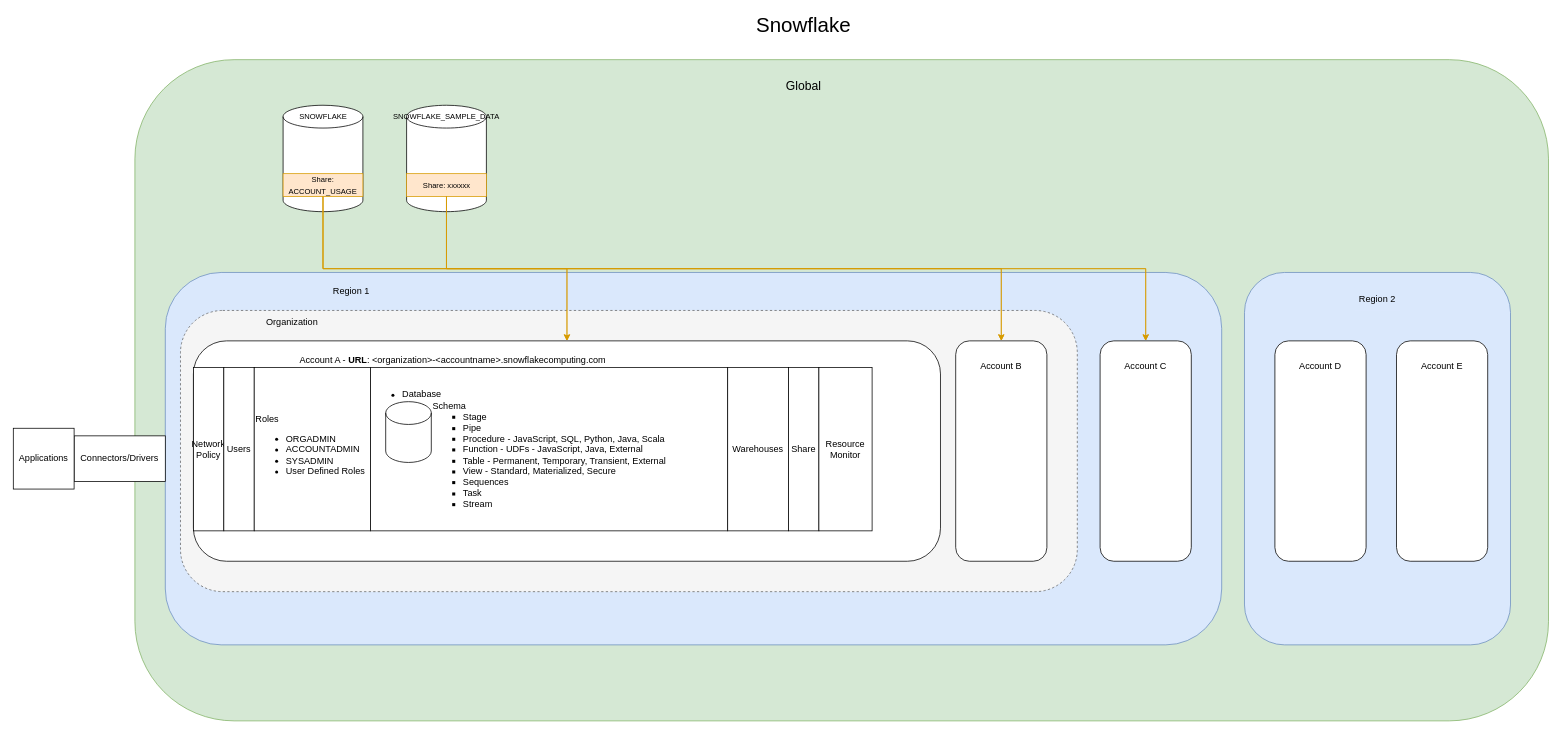
nandhinipv/Snowflake keeps this draw.io diagram as Untitled Diagram.drawio. Above is the earlier version. Source tidied: cells renumbered, new cells numbered last; positions are measured from the earlier drawing's top-left corner, leaving out a move shared by most shapes. Both pictures are drawn from the tidied source at 76%, with x=0, y=0 at pixel (13, 14).
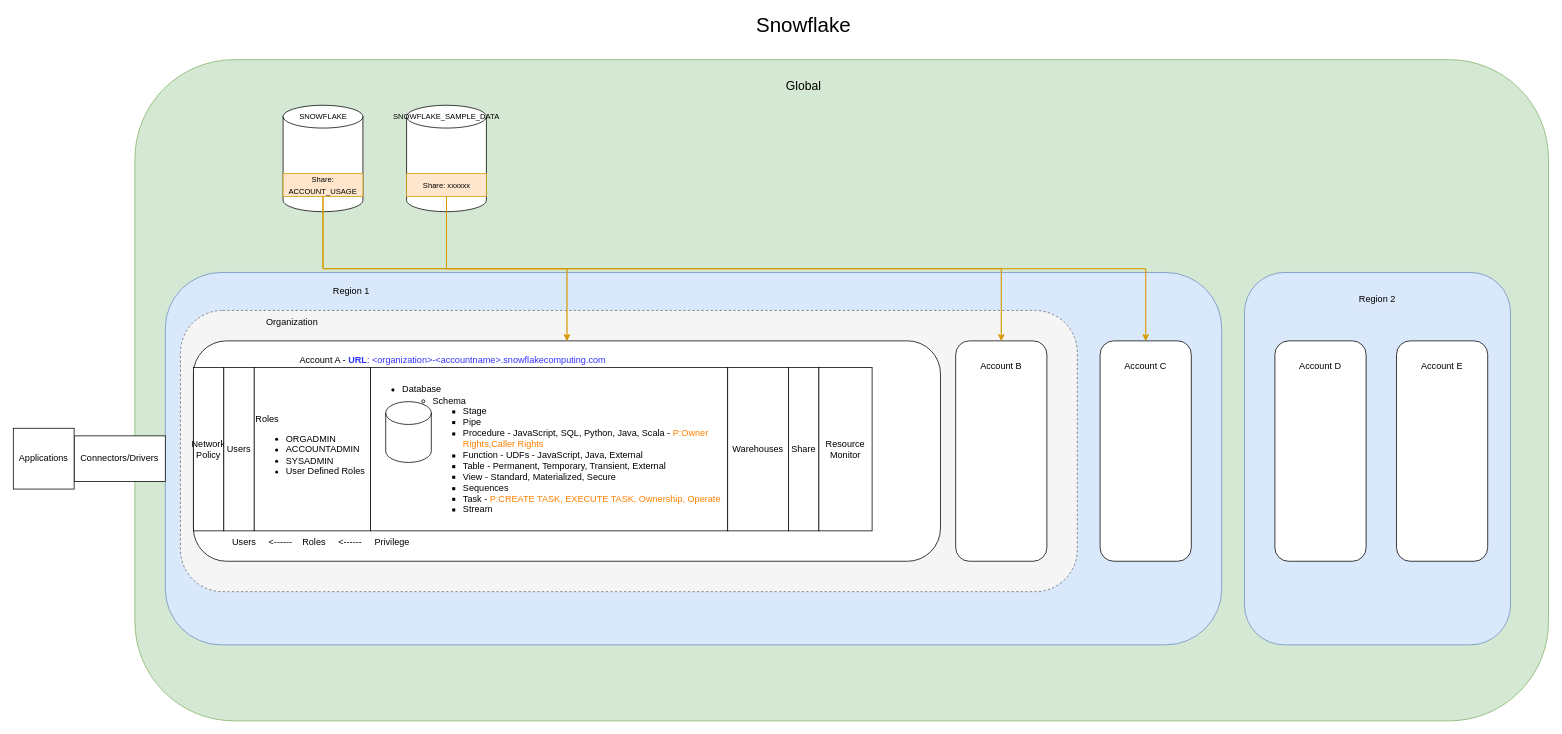
Above is the later version.

The edit, as a diff of the source:
```diff
@@
-    <mxCell id="6" value="&lt;ul&gt;&lt;li&gt;Database&lt;/li&gt;&lt;ul&gt;&lt;li&gt;Schema&lt;/li&gt;&lt;ul&gt;&lt;li&gt;Stage&amp;nbsp;&lt;/li&gt;&lt;li&gt;Pipe&lt;/li&gt;&lt;li&gt;Procedure - JavaScript, SQL, Python, Java, Scala&lt;/li&gt;&lt;li&gt;Function - UDFs - JavaScript, Java, External&lt;/li&gt;&lt;li&gt;Table - Permanent, Temporary, Transient, External&lt;/li&gt;&lt;li&gt;View - Standard, Materialized, Secure&lt;/li&gt;&lt;li&gt;Sequences&lt;/li&gt;&lt;li&gt;Task&lt;/li&gt;&lt;li&gt;Stream&lt;/li&gt;&lt;/ul&gt;&lt;/ul&gt;&lt;/ul&gt;" style="rounded=0;whiteSpace=wrap;html=1;align=left;" parent="1" vertex="1">
+    <mxCell id="6" value="&lt;ul&gt;&lt;li&gt;Database&lt;/li&gt;&lt;ul&gt;&lt;li&gt;Schema&lt;/li&gt;&lt;ul&gt;&lt;li&gt;Stage&amp;nbsp;&lt;/li&gt;&lt;li&gt;Pipe&lt;/li&gt;&lt;li&gt;Procedure - JavaScript, SQL, Python, Java, Scala - &lt;font style=&quot;color: rgb(255, 128, 0);&quot;&gt;P:Owner Rights,Caller Rights&lt;/font&gt;&lt;/li&gt;&lt;li&gt;Function - UDFs - JavaScript, Java, External&lt;/li&gt;&lt;li&gt;Table - Permanent, Temporary, Transient, External&lt;/li&gt;&lt;li&gt;View - Standard, Materialized, Secure&lt;/li&gt;&lt;li&gt;Sequences&lt;/li&gt;&lt;li&gt;Task - &lt;font style=&quot;color: rgb(255, 128, 0);&quot;&gt;P:CREATE TASK, EXECUTE TASK, Ownership, Operate&lt;/font&gt;&lt;/li&gt;&lt;li&gt;Stream&lt;/li&gt;&lt;/ul&gt;&lt;/ul&gt;&lt;/ul&gt;" style="rounded=0;whiteSpace=wrap;html=1;align=left;" parent="1" vertex="1">
       <mxGeometry x="470" y="465" width="470" height="215" as="geometry" />
     </mxCell>
@@
-    <mxCell id="22" value="Account A - &lt;b&gt;URL&lt;/b&gt;: &amp;lt;organization&amp;gt;-&amp;lt;accountname&amp;gt;.snowflakecomputing.com" style="text;html=1;align=center;verticalAlign=middle;whiteSpace=wrap;rounded=0;" parent="1" vertex="1">
+    <mxCell id="22" value="Account A - &lt;font style=&quot;color: rgb(51, 51, 255);&quot;&gt;&lt;b&gt;URL&lt;/b&gt;: &amp;lt;organization&amp;gt;-&amp;lt;accountname&amp;gt;.snowflakecomputing.com&lt;/font&gt;" style="text;html=1;align=center;verticalAlign=middle;whiteSpace=wrap;rounded=0;" parent="1" vertex="1">
       <mxGeometry x="267" y="440" width="623" height="30" as="geometry" />
     </mxCell>
@@
+    <mxCell id="47" value="Users&amp;nbsp; &amp;nbsp; &amp;nbsp;&amp;lt;------&amp;nbsp; &amp;nbsp; Roles&amp;nbsp; &amp;nbsp; &amp;nbsp;&amp;lt;------&amp;nbsp; &amp;nbsp; &amp;nbsp;Privilege" style="text;html=1;align=center;verticalAlign=middle;whiteSpace=wrap;rounded=0;" parent="1" vertex="1">
+      <mxGeometry x="280" y="680" width="250" height="30" as="geometry" />
+    </mxCell>
```
